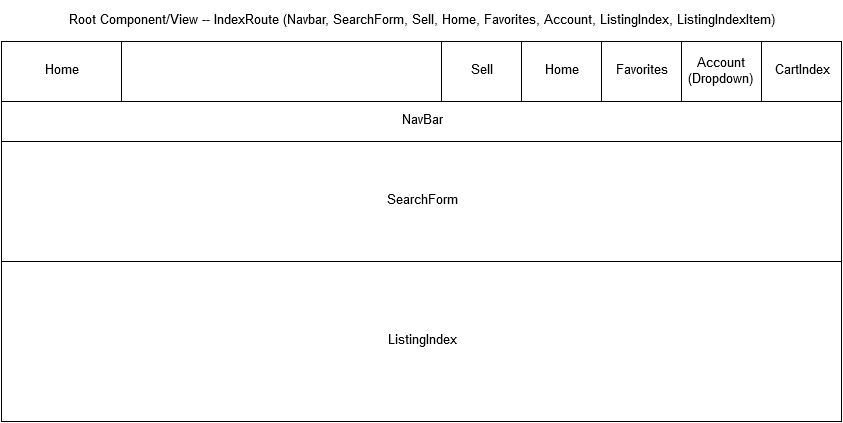
The draw.io diagram docs/wireframes/root.png in jonathol/etsy, before a commit. Source tidied: cells renumbered, new cells last; positions are measured from the earlier drawing's top-left corner, leaving out a move shared by most shapes.
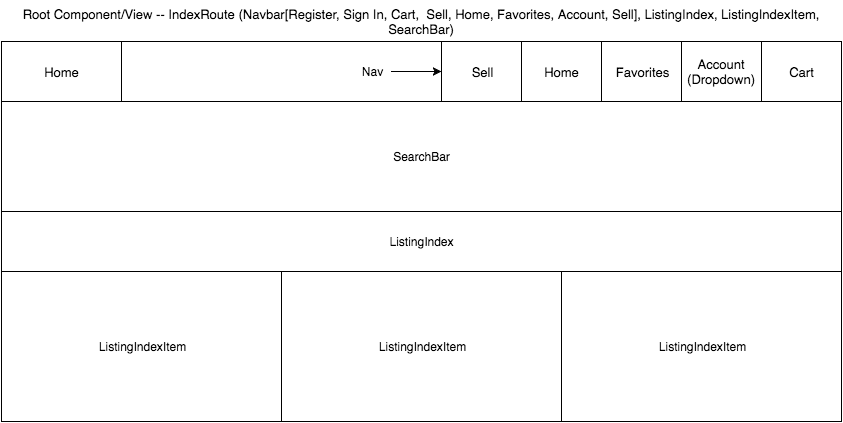
Later version of the same file.

The edit, as a diff of the source:
```diff
@@ -2,7 +2,7 @@
   <root>
     <mxCell id="0" />
     <mxCell id="1" parent="0" />
-    <mxCell id="2" value="Root Component/View -- IndexRoute (Navbar, SearchForm, Sell, Home, Favorites, Account, ListingIndex, ListingIndexItem)&lt;br&gt;" style="text;strokeColor=none;fillColor=none;align=center;verticalAlign=middle;overflow=hidden;rounded=0;fontSize=13;fontColor=#000000;textDirection=ltr;whiteSpace=wrap;html=1;" parent="1" vertex="1">
+    <mxCell id="2" value="Root Component/View -- IndexRoute (Navbar[Register, Sign In, Cart, &amp;nbsp;Sell, Home, Favorites, Account, Sell], ListingIndex, ListingIndexItem, SearchBar)&lt;br&gt;" style="text;strokeColor=none;fillColor=none;align=center;verticalAlign=middle;overflow=hidden;rounded=0;fontSize=13;fontColor=#000000;textDirection=ltr;whiteSpace=wrap;html=1;" parent="1" vertex="1">
       <mxGeometry width="840" height="40" as="geometry" />
     </mxCell>
     <mxCell id="3" style="whiteSpace=wrap;html=1;rounded=0;strokeColor=#000000;strokeWidth=1;fillColor=#ffffff;fontSize=13;fontColor=#000000;" parent="1" vertex="1">
@@ -29,7 +29,7 @@
     <mxCell id="10" style="whiteSpace=wrap;html=1;rounded=0;strokeColor=#000000;strokeWidth=1;fillColor=#ffffff;fontSize=13;fontColor=#000000;" parent="1" vertex="1">
       <mxGeometry x="440" y="40" width="80" height="60" as="geometry" />
     </mxCell>
-    <mxCell id="11" value="CartIndex" style="text;html=1;strokeColor=none;fillColor=none;align=center;verticalAlign=middle;whiteSpace=wrap;overflow=hidden;rounded=0;fontSize=13;fontColor=#000000;" parent="1" vertex="1">
+    <mxCell id="11" value="Cart" style="text;html=1;strokeColor=none;fillColor=none;align=center;verticalAlign=middle;whiteSpace=wrap;overflow=hidden;rounded=0;fontSize=13;fontColor=#000000;" parent="1" vertex="1">
       <mxGeometry x="760" y="40" width="80" height="60" as="geometry" />
     </mxCell>
     <mxCell id="12" value="Home" style="text;html=1;strokeColor=none;fillColor=none;align=center;verticalAlign=middle;whiteSpace=wrap;overflow=hidden;rounded=0;fontSize=13;fontColor=#000000;" parent="1" vertex="1">
@@ -47,23 +47,38 @@
     <mxCell id="16" value="Account (Dropdown)&lt;br&gt;" style="text;html=1;strokeColor=none;fillColor=none;align=center;verticalAlign=middle;whiteSpace=wrap;overflow=hidden;rounded=0;fontSize=13;fontColor=#000000;" parent="1" vertex="1">
       <mxGeometry x="680" y="40" width="80" height="60" as="geometry" />
     </mxCell>
-    <mxCell id="17" style="whiteSpace=wrap;html=1;rounded=0;strokeColor=#000000;strokeWidth=1;fillColor=#ffffff;fontSize=13;fontColor=#000000;" parent="1" vertex="1">
-      <mxGeometry y="100" width="840" height="40" as="geometry" />
-    </mxCell>
-    <mxCell id="18" value="NavBar&lt;br&gt;" style="text;html=1;strokeColor=none;fillColor=none;align=center;verticalAlign=middle;whiteSpace=wrap;overflow=hidden;rounded=0;fontSize=13;fontColor=#000000;" parent="1" vertex="1">
-      <mxGeometry y="100" width="840" height="40" as="geometry" />
-    </mxCell>
-    <mxCell id="19" style="whiteSpace=wrap;html=1;rounded=0;strokeColor=#000000;strokeWidth=1;fillColor=#ffffff;fontSize=13;fontColor=#000000;" parent="1" vertex="1">
-      <mxGeometry y="140" width="840" height="120" as="geometry" />
-    </mxCell>
-    <mxCell id="20" value="SearchForm&lt;br&gt;" style="text;html=1;strokeColor=none;fillColor=none;align=center;verticalAlign=middle;whiteSpace=wrap;overflow=hidden;rounded=0;fontSize=13;fontColor=#000000;" parent="1" vertex="1">
-      <mxGeometry y="140" width="840" height="120" as="geometry" />
-    </mxCell>
     <mxCell id="21" style="whiteSpace=wrap;html=1;rounded=0;strokeColor=#000000;strokeWidth=1;fillColor=#ffffff;fontSize=13;fontColor=#000000;" parent="1" vertex="1">
-      <mxGeometry y="260" width="840" height="160" as="geometry" />
+      <mxGeometry y="210" width="840" height="210" as="geometry" />
     </mxCell>
+    <mxCell id="23" value="Nav" style="text;html=1;strokeColor=none;fillColor=none;align=center;verticalAlign=middle;whiteSpace=wrap;overflow=hidden;" parent="1" vertex="1">
+      <mxGeometry x="350" y="60" width="40" height="20" as="geometry" />
+    </mxCell>
+    <mxCell id="24" style="endArrow=classic;html=1;entryX=0;entryY=0.5;exitX=1;exitY=0.5;" parent="1" edge="1" source="23" target="15">
+      <mxGeometry relative="1" as="geometry" />
+    </mxCell>
+    <mxCell id="25" value="SearchBar" style="text;html=1;strokeColor=none;fillColor=none;align=center;verticalAlign=middle;whiteSpace=wrap;overflow=hidden;" parent="1" vertex="1">
+      <mxGeometry y="100" width="840" height="110" as="geometry" />
+    </mxCell>
+    <mxCell id="26" style="whiteSpace=wrap;html=1;" parent="1" vertex="1">
+      <mxGeometry y="210" width="840" height="60" as="geometry" />
+    </mxCell>
-    <mxCell id="22" value="ListingIndex" style="text;html=1;strokeColor=none;fillColor=none;align=center;verticalAlign=middle;whiteSpace=wrap;overflow=hidden;rounded=0;fontSize=13;fontColor=#000000;" parent="1" vertex="1">
-      <mxGeometry y="260" width="840" height="160" as="geometry" />
+    <mxCell id="22" value="ListingIndex" style="text;html=1;strokeColor=none;fillColor=none;align=center;verticalAlign=middle;whiteSpace=wrap;overflow=hidden;" parent="1" vertex="1">
+      <mxGeometry y="210" width="840" height="60" as="geometry" />
     </mxCell>
+    <mxCell id="27" style="whiteSpace=wrap;html=1;" parent="1" vertex="1">
+      <mxGeometry y="270" width="280" height="150" as="geometry" />
+    </mxCell>
+    <mxCell id="28" value="ListingIndexItem" style="text;html=1;strokeColor=none;fillColor=none;align=center;verticalAlign=middle;whiteSpace=wrap;overflow=hidden;" parent="1" vertex="1">
+      <mxGeometry y="270" width="280" height="150" as="geometry" />
+    </mxCell>
+    <mxCell id="29" style="whiteSpace=wrap;html=1;" parent="1" vertex="1">
+      <mxGeometry x="280" y="270" width="280" height="150" as="geometry" />
+    </mxCell>
+    <mxCell id="30" value="ListingIndexItem" style="text;html=1;strokeColor=none;fillColor=none;align=center;verticalAlign=middle;whiteSpace=wrap;overflow=hidden;" parent="1" vertex="1">
+      <mxGeometry x="280" y="270" width="280" height="150" as="geometry" />
+    </mxCell>
+    <mxCell id="31" value="ListingIndexItem" style="text;html=1;strokeColor=none;fillColor=none;align=center;verticalAlign=middle;whiteSpace=wrap;overflow=hidden;" parent="1" vertex="1">
+      <mxGeometry x="560" y="270" width="280" height="150" as="geometry" />
+    </mxCell>
   </root>
 </mxGraphModel>
```
